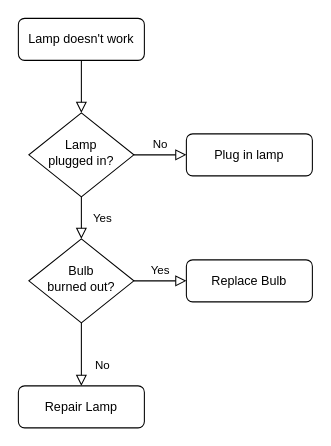
Earlier version of the draw.io diagram 제목 없는 다이어그램.drawio (hyg4196/WEB_Project). Source tidied: cells renumbered, new cells numbered last; positions are measured from the earlier drawing's top-left corner, leaving out a move shared by most shapes. Both pictures are drawn from the tidied source at 105%, with x=0, y=0 at pixel (18, 18).
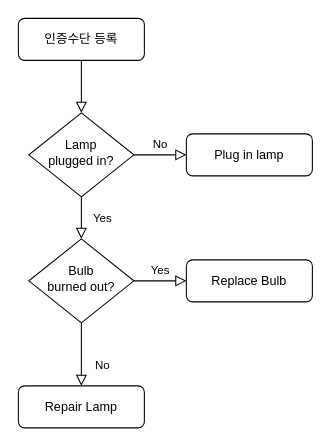
After the change.

Commit message:
인증수단등록.drawio 업데이트

The edit, as a diff of the source:
```diff
@@
 <mxGraphModel>
   <root>
     <mxCell id="0" />
     <mxCell id="1" parent="0" />
     <mxCell id="2" style="rounded=0;html=1;jettySize=auto;fontSize=11;endArrow=block;endFill=0;endSize=8;strokeWidth=1;shadow=0;labelBackgroundColor=none;edgeStyle=orthogonalEdgeStyle;" parent="1" edge="1" source="3" target="6">
       <mxGeometry relative="1" as="geometry" />
     </mxCell>
-    <mxCell id="3" value="Lamp doesn't work" style="rounded=1;whiteSpace=wrap;html=1;fontSize=12;glass=0;strokeWidth=1;shadow=0;" parent="1" vertex="1">
+    <mxCell id="3" value="인증수단 등록" style="rounded=1;whiteSpace=wrap;html=1;fontSize=12;glass=0;strokeWidth=1;shadow=0;" parent="1" vertex="1">
       <mxGeometry width="120" height="40" as="geometry" />
     </mxCell>
     <mxCell id="4" value="Yes" style="rounded=0;html=1;jettySize=auto;fontSize=11;endArrow=block;endFill=0;endSize=8;strokeWidth=1;shadow=0;labelBackgroundColor=none;edgeStyle=orthogonalEdgeStyle;" parent="1" edge="1" source="6" target="10">
       <mxGeometry y="20" relative="1" as="geometry" />
     </mxCell>
     <mxCell id="5" value="No" style="edgeStyle=orthogonalEdgeStyle;rounded=0;html=1;jettySize=auto;fontSize=11;endArrow=block;endFill=0;endSize=8;strokeWidth=1;shadow=0;labelBackgroundColor=none;" parent="1" edge="1" source="6" target="7">
       <mxGeometry y="10" relative="1" as="geometry" />
     </mxCell>
     <mxCell id="6" value="Lamp&lt;br&gt;plugged in?" style="rhombus;whiteSpace=wrap;html=1;shadow=0;fontFamily=Helvetica;fontSize=12;align=center;strokeWidth=1;spacing=6;spacingTop=-4;" parent="1" vertex="1">
       <mxGeometry x="10" y="90" width="100" height="80" as="geometry" />
     </mxCell>
     <mxCell id="7" value="Plug in lamp" style="rounded=1;whiteSpace=wrap;html=1;fontSize=12;glass=0;strokeWidth=1;shadow=0;" parent="1" vertex="1">
       <mxGeometry x="160" y="110" width="120" height="40" as="geometry" />
     </mxCell>
     <mxCell id="8" value="No" style="rounded=0;html=1;jettySize=auto;fontSize=11;endArrow=block;endFill=0;endSize=8;strokeWidth=1;shadow=0;labelBackgroundColor=none;edgeStyle=orthogonalEdgeStyle;" parent="1" edge="1" source="10" target="11">
       <mxGeometry x="0.33" y="20" relative="1" as="geometry" />
     </mxCell>
     <mxCell id="9" value="Yes" style="edgeStyle=orthogonalEdgeStyle;rounded=0;html=1;jettySize=auto;fontSize=11;endArrow=block;endFill=0;endSize=8;strokeWidth=1;shadow=0;labelBackgroundColor=none;" parent="1" edge="1" source="10" target="12">
       <mxGeometry y="10" relative="1" as="geometry" />
     </mxCell>
     <mxCell id="10" value="Bulb&lt;br&gt;burned out?" style="rhombus;whiteSpace=wrap;html=1;shadow=0;fontFamily=Helvetica;fontSize=12;align=center;strokeWidth=1;spacing=6;spacingTop=-4;" parent="1" vertex="1">
       <mxGeometry x="10" y="210" width="100" height="80" as="geometry" />
     </mxCell>
     <mxCell id="11" value="Repair Lamp" style="rounded=1;whiteSpace=wrap;html=1;fontSize=12;glass=0;strokeWidth=1;shadow=0;" parent="1" vertex="1">
       <mxGeometry y="350" width="120" height="40" as="geometry" />
     </mxCell>
     <mxCell id="12" value="Replace Bulb" style="rounded=1;whiteSpace=wrap;html=1;fontSize=12;glass=0;strokeWidth=1;shadow=0;" parent="1" vertex="1">
       <mxGeometry x="160" y="230" width="120" height="40" as="geometry" />
     </mxCell>
   </root>
 </mxGraphModel>
```
